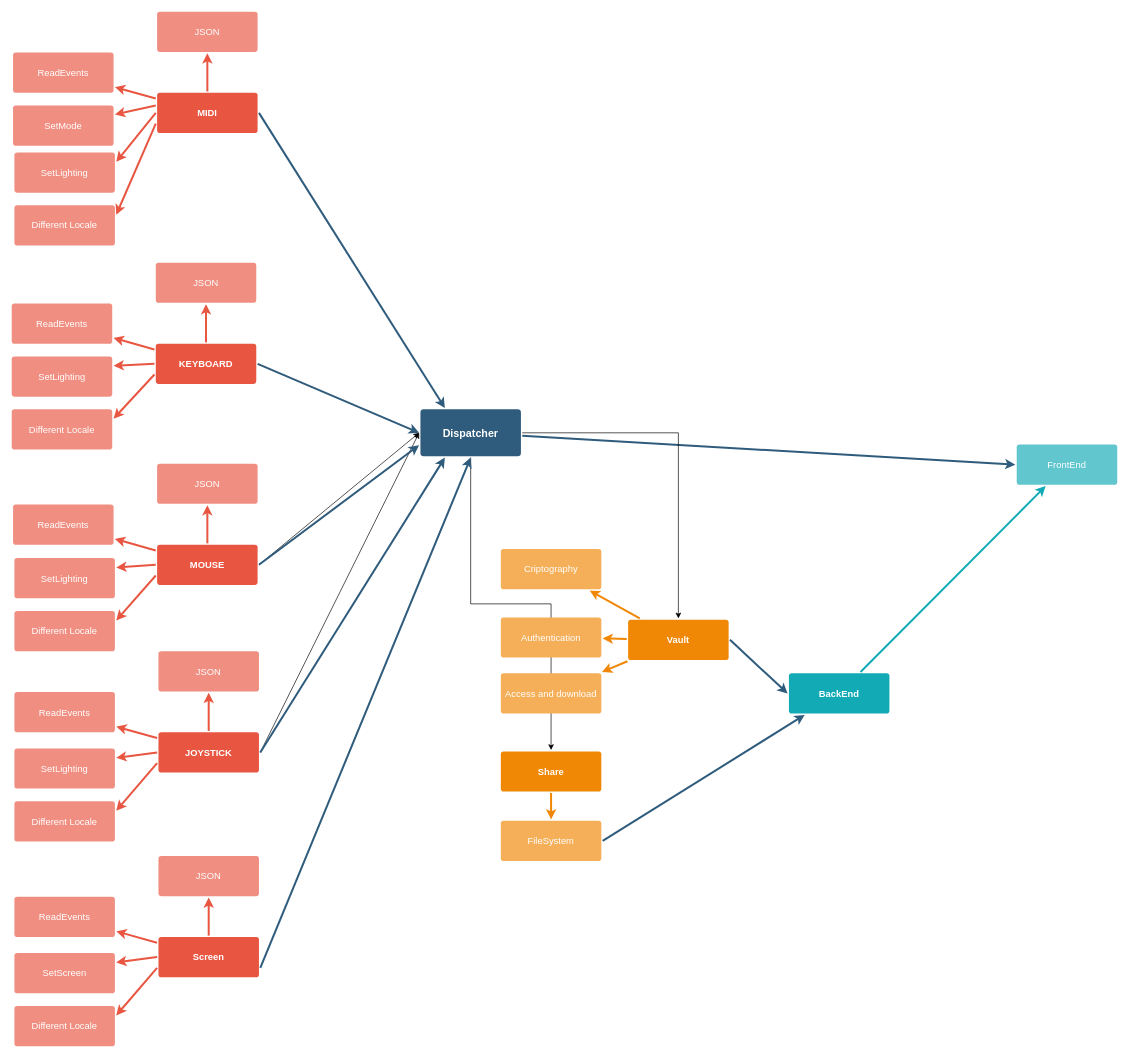
This is connection_diagram.drawio from rafaelchiafarelli/conboard, a draw.io file, before an edit. Source tidied: cells renumbered, new cells numbered last; positions are measured from the earlier drawing's top-left corner, leaving out a move shared by most shapes. Both pictures are drawn from the tidied source at 67%, with x=0, y=0 at pixel (11, 11).
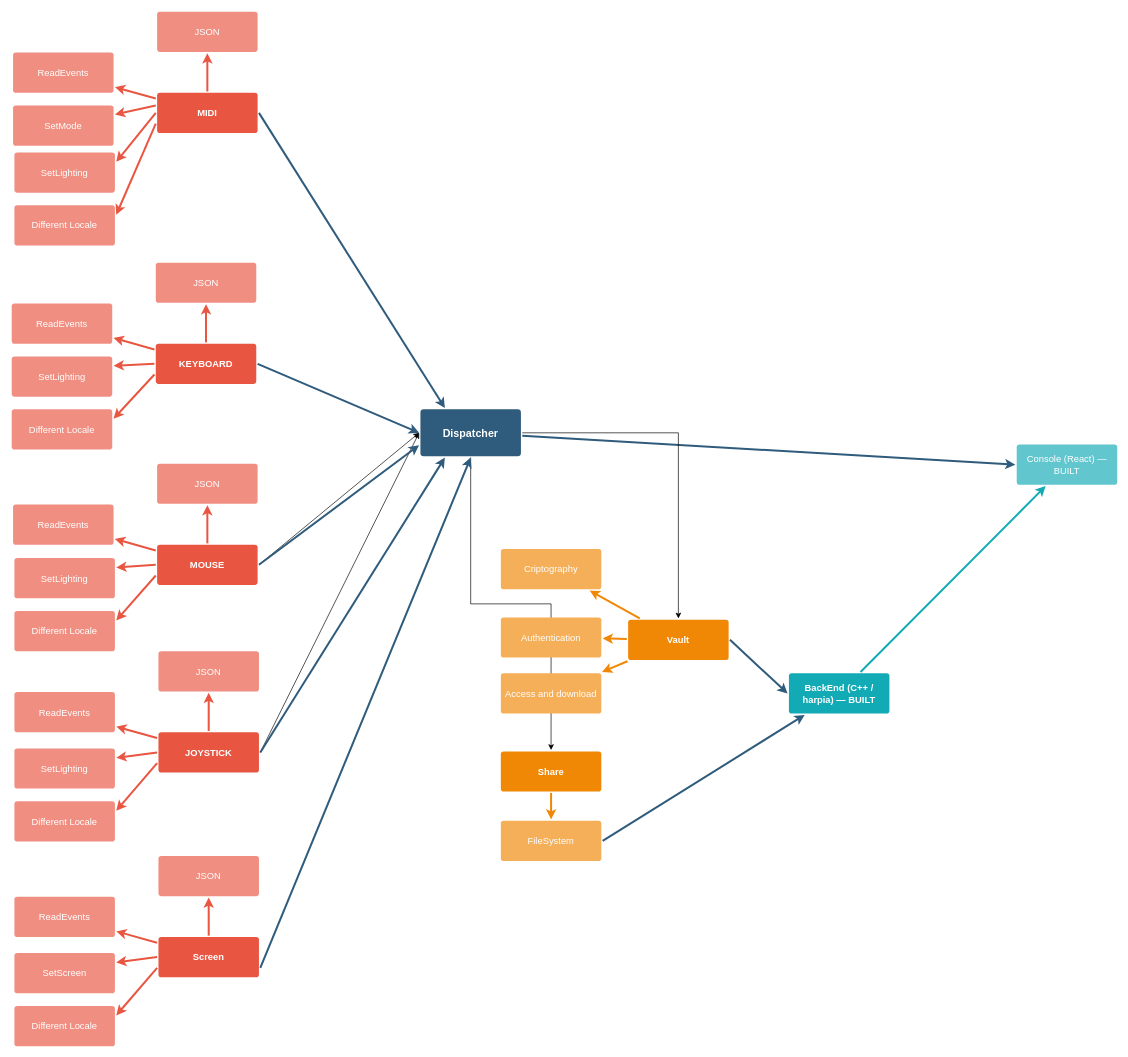
Above is the later version.

The edit, as a diff of the source:
```diff
@@
-    <mxCell id="13" value="BackEnd" style="rounded=1;whiteSpace=wrap;html=1;shadow=0;labelBackgroundColor=none;strokeColor=none;strokeWidth=3;fillColor=#12aab5;fontFamily=Helvetica;fontSize=14;fontColor=#FFFFFF;align=center;spacing=5;fontStyle=1;arcSize=7;perimeterSpacing=2;" parent="1" vertex="1">
+    <mxCell id="13" value="BackEnd (C++ / harpia) — BUILT" style="rounded=1;whiteSpace=wrap;html=1;shadow=0;labelBackgroundColor=none;strokeColor=none;strokeWidth=3;fillColor=#12aab5;fontFamily=Helvetica;fontSize=14;fontColor=#FFFFFF;align=center;spacing=5;fontStyle=1;arcSize=7;perimeterSpacing=2;" parent="1" vertex="1">
       <mxGeometry x="1160" y="987.5" width="150" height="60" as="geometry" />
     </mxCell>
-    <mxCell id="14" value="FrontEnd" style="rounded=1;whiteSpace=wrap;html=1;shadow=0;labelBackgroundColor=none;strokeColor=none;strokeWidth=3;fillColor=#61c6ce;fontFamily=Helvetica;fontSize=14;fontColor=#FFFFFF;align=center;spacing=5;fontStyle=0;arcSize=7;perimeterSpacing=2;" parent="1" vertex="1">
+    <mxCell id="14" value="Console (React) — BUILT" style="rounded=1;whiteSpace=wrap;html=1;shadow=0;labelBackgroundColor=none;strokeColor=none;strokeWidth=3;fillColor=#61c6ce;fontFamily=Helvetica;fontSize=14;fontColor=#FFFFFF;align=center;spacing=5;fontStyle=0;arcSize=7;perimeterSpacing=2;" parent="1" vertex="1">
       <mxGeometry x="1500" y="646" width="150" height="60" as="geometry" />
     </mxCell>
```
